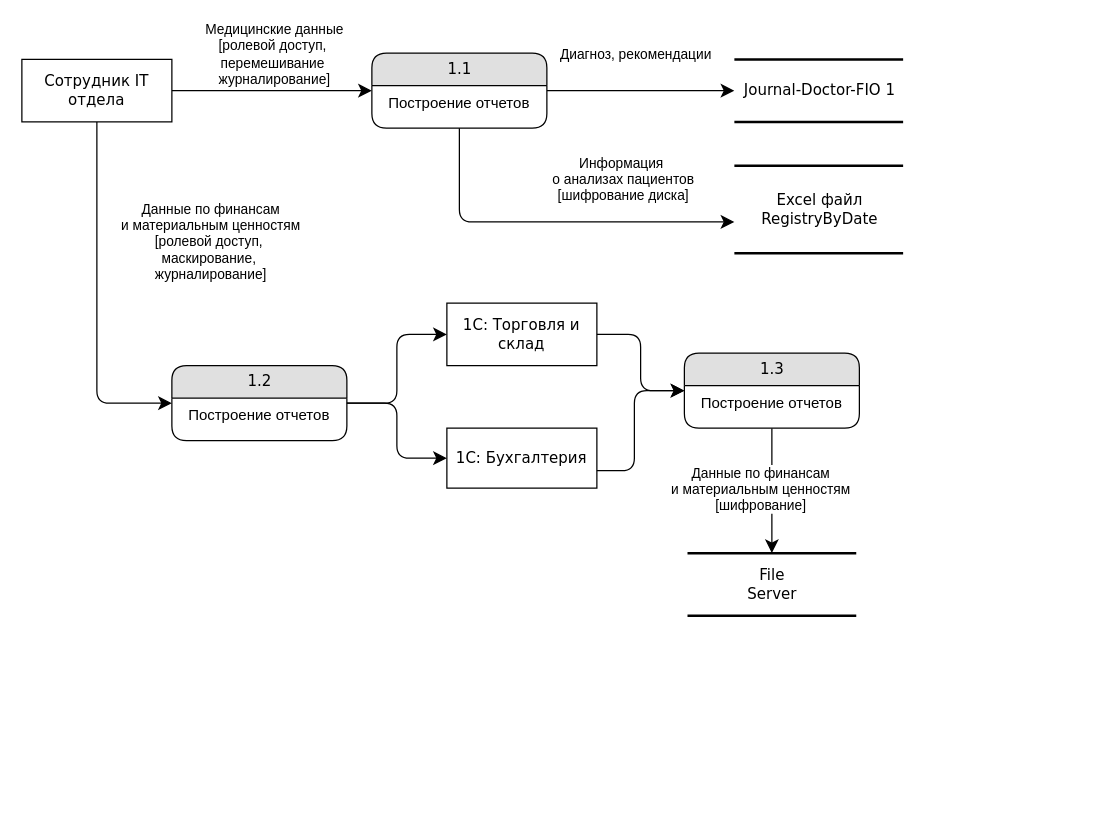
This is Task1/Diagrams/Разработка и аналитика.drawio from FazliakhmetovTimur/architecture-medikamente, a draw.io file, before an edit. Source tidied: cells renumbered, new cells numbered last; positions are measured from the earlier drawing's top-left corner, leaving out a move shared by most shapes. Both pictures are drawn from the tidied source at 125%, with x=0, y=0 at pixel (21, 52).
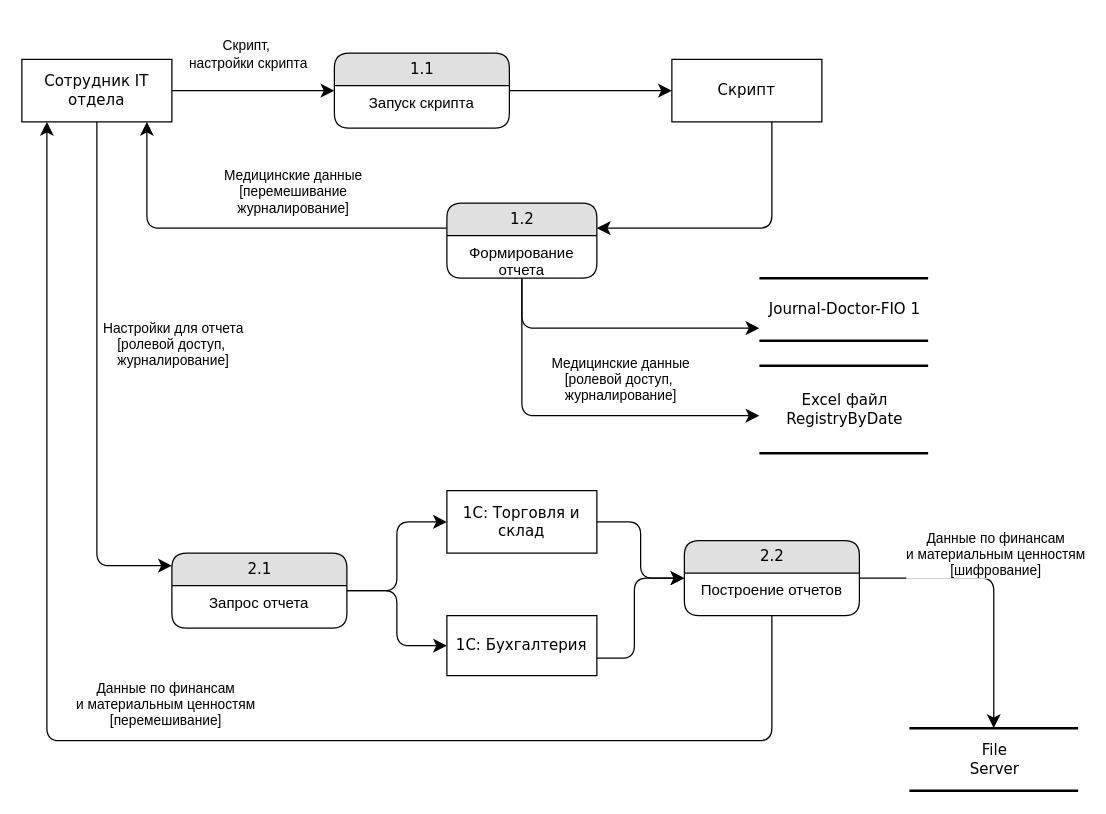
After the change.

The change refers to these unchanged cells:
```xml
<mxCell id="2" style="edgeStyle=none;html=1;labelBackgroundColor=none;startFill=0;startSize=8;endFill=1;endSize=8;fontFamily=Verdana;fontSize=12;" parent="1" edge="1" source="4" target="8">
  <mxGeometry relative="1" as="geometry" />
</mxCell>
<mxCell id="4" value="Сотрудник IT отдела" style="whiteSpace=wrap;html=1;rounded=0;shadow=0;comic=0;labelBackgroundColor=none;strokeWidth=1;fontFamily=Verdana;fontSize=12;align=center;" parent="1" vertex="1">
  <mxGeometry y="5" width="120" height="50" as="geometry" />
</mxCell>
<mxCell id="11" style="edgeStyle=orthogonalEdgeStyle;html=1;labelBackgroundColor=none;startFill=0;startSize=8;endFill=1;endSize=8;fontFamily=Verdana;fontSize=12;" parent="1" edge="1" source="21" target="10">
  <mxGeometry relative="1" as="geometry" />
</mxCell>
```

Diff of the diagram source:
```diff
@@
-    <mxCell id="3" value="Медицинские данные&lt;br&gt;&lt;div&gt;[ролевой доступ,&amp;nbsp;&lt;/div&gt;&lt;div&gt;перемешивание&amp;nbsp;&lt;/div&gt;&lt;div&gt;журналирование]&lt;/div&gt;" style="edgeLabel;html=1;align=center;verticalAlign=middle;" parent="2" vertex="1">
+    <mxCell id="3" value="Скрипт,&amp;nbsp;&lt;div&gt;настройки скрипта&lt;/div&gt;" style="edgeLabel;html=1;align=center;verticalAlign=middle;" parent="2" vertex="1">
       <mxGeometry x="0.36" y="2" relative="1" as="geometry">
         <mxPoint x="-28" y="-28" as="offset" />
       </mxGeometry>
     </mxCell>
@@
-    <mxCell id="5" style="edgeStyle=none;html=1;labelBackgroundColor=none;startFill=0;startSize=8;endFill=1;endSize=8;fontFamily=Verdana;fontSize=12;" parent="1" edge="1" source="8" target="13">
-      <mxGeometry relative="1" as="geometry" />
-    </mxCell>
-    <mxCell id="6" style="edgeLabel;html=1;align=center;verticalAlign=middle;" parent="5" vertex="1">
-      <mxGeometry x="-0.07" y="-3" relative="1" as="geometry">
-        <mxPoint y="-23" as="offset" />
-      </mxGeometry>
-    </mxCell>
-    <mxCell id="7" value="Диагноз, рекомендации" style="edgeLabel;html=1;align=center;verticalAlign=middle;" parent="5" vertex="1">
-      <mxGeometry x="-0.64" relative="1" as="geometry">
-        <mxPoint x="43" y="-30" as="offset" />
-      </mxGeometry>
-    </mxCell>
     <mxCell id="8" value="1.1" style="swimlane;html=1;fontStyle=0;horizontal=1;startSize=26;fillColor=#e0e0e0;swimlaneFillColor=#ffffff;align=center;rounded=1;shadow=0;comic=0;labelBackgroundColor=none;strokeWidth=1;fontFamily=Verdana;fontSize=12;" parent="1" vertex="1">
-      <mxGeometry x="280" width="140" height="60" as="geometry" />
+      <mxGeometry x="250" width="140" height="60" as="geometry" />
     </mxCell>
-    <mxCell id="9" value="Построение отчетов" style="text;html=1;strokeColor=none;fillColor=none;spacingLeft=4;spacingRight=4;whiteSpace=wrap;overflow=hidden;points=[[0,0.5],[1,0.5]];portConstraint=eastwest;align=center;" parent="8" vertex="1">
+    <mxCell id="9" value="Запуск скрипта" style="text;html=1;strokeColor=none;fillColor=none;spacingLeft=4;spacingRight=4;whiteSpace=wrap;overflow=hidden;points=[[0,0.5],[1,0.5]];portConstraint=eastwest;align=center;" parent="8" vertex="1">
       <mxGeometry y="26" width="140" height="34" as="geometry" />
     </mxCell>
     <mxCell id="10" value="&lt;span style=&quot;text-wrap-mode: wrap;&quot;&gt;File Server&lt;/span&gt;" style="html=1;rounded=0;shadow=0;comic=0;labelBackgroundColor=none;strokeWidth=2;fontFamily=Verdana;fontSize=12;align=center;shape=mxgraph.ios7ui.horLines;" parent="1" vertex="1">
-      <mxGeometry x="532.5" y="400" width="135" height="50" as="geometry" />
+      <mxGeometry x="710" y="540" width="135" height="50" as="geometry" />
     </mxCell>
@@
     <mxCell id="12" value="Данные по финансам&lt;div&gt;и материальным ценностям&lt;div&gt;[шифрование&lt;span style=&quot;background-color: light-dark(#ffffff, var(--ge-dark-color, #121212)); color: light-dark(rgb(0, 0, 0), rgb(255, 255, 255));&quot;&gt;]&lt;/span&gt;&lt;/div&gt;&lt;/div&gt;" style="edgeLabel;html=1;align=center;verticalAlign=middle;" parent="11" vertex="1">
       <mxGeometry x="-0.2" relative="1" as="geometry">
-        <mxPoint x="-10" y="8" as="offset" />
+        <mxPoint x="17" y="-20" as="offset" />
       </mxGeometry>
     </mxCell>
     <mxCell id="13" value="Journal-Doctor-FIO 1" style="html=1;rounded=0;shadow=0;comic=0;labelBackgroundColor=none;strokeWidth=2;fontFamily=Verdana;fontSize=12;align=center;shape=mxgraph.ios7ui.horLines;" parent="1" vertex="1">
-      <mxGeometry x="570" y="5" width="135" height="50" as="geometry" />
+      <mxGeometry x="590" y="180" width="135" height="50" as="geometry" />
     </mxCell>
     <mxCell id="14" value="Excel файл&lt;div&gt;RegistryByDate&lt;/div&gt;" style="html=1;rounded=0;shadow=0;comic=0;labelBackgroundColor=none;strokeWidth=2;fontFamily=Verdana;fontSize=12;align=center;shape=mxgraph.ios7ui.horLines;" parent="1" vertex="1">
-      <mxGeometry x="570" y="90" width="135" height="70" as="geometry" />
+      <mxGeometry x="590" y="250" width="135" height="70" as="geometry" />
     </mxCell>
-    <mxCell id="15" style="edgeStyle=orthogonalEdgeStyle;html=1;labelBackgroundColor=none;startFill=0;startSize=8;endFill=1;endSize=8;fontFamily=Verdana;fontSize=12;" parent="1" edge="1" source="9" target="14">
+    <mxCell id="15" style="edgeStyle=orthogonalEdgeStyle;html=1;labelBackgroundColor=none;startFill=0;startSize=8;endFill=1;endSize=8;fontFamily=Verdana;fontSize=12;" parent="1" edge="1" source="31" target="4">
       <mxGeometry relative="1" as="geometry">
         <Array as="points">
-          <mxPoint x="350" y="135" />
+          <mxPoint x="100" y="140" />
         </Array>
       </mxGeometry>
     </mxCell>
-    <mxCell id="16" value="Информация&amp;nbsp;&lt;div&gt;о анализах пациентов&lt;/div&gt;&lt;div&gt;[&lt;span style=&quot;color: light-dark(rgb(0, 0, 0), rgb(255, 255, 255));&quot;&gt;шифрование диска&lt;/span&gt;&lt;span style=&quot;color: light-dark(rgb(0, 0, 0), rgb(255, 255, 255));&quot;&gt;]&lt;/span&gt;&lt;/div&gt;" style="edgeLabel;html=1;align=center;verticalAlign=middle;" parent="15" vertex="1">
+    <mxCell id="16" value="Медицинские данные&lt;br&gt;&lt;div&gt;[перемешивание&lt;/div&gt;&lt;div&gt;журналирование]&lt;/div&gt;" style="edgeLabel;html=1;align=center;verticalAlign=middle;" parent="15" vertex="1">
       <mxGeometry x="-0.2" relative="1" as="geometry">
-        <mxPoint x="87" y="-35" as="offset" />
+        <mxPoint x="6" y="-30" as="offset" />
       </mxGeometry>
     </mxCell>
     <mxCell id="17" value="1С: Торговля и склад" style="whiteSpace=wrap;html=1;rounded=0;shadow=0;comic=0;labelBackgroundColor=none;strokeWidth=1;fontFamily=Verdana;fontSize=12;align=center;" parent="1" vertex="1">
-      <mxGeometry x="340" y="200" width="120" height="50" as="geometry" />
+      <mxGeometry x="340" y="350" width="120" height="50" as="geometry" />
     </mxCell>
     <mxCell id="18" value="1С: Бухгалтерия" style="whiteSpace=wrap;html=1;rounded=0;shadow=0;comic=0;labelBackgroundColor=none;strokeWidth=1;fontFamily=Verdana;fontSize=12;align=center;" parent="1" vertex="1">
-      <mxGeometry x="340" y="300" width="120" height="48" as="geometry" />
+      <mxGeometry x="340" y="450" width="120" height="48" as="geometry" />
     </mxCell>
-    <mxCell id="19" value="1.2" style="swimlane;html=1;fontStyle=0;horizontal=1;startSize=26;fillColor=#e0e0e0;swimlaneFillColor=#ffffff;align=center;rounded=1;shadow=0;comic=0;labelBackgroundColor=none;strokeWidth=1;fontFamily=Verdana;fontSize=12;" parent="1" vertex="1">
-      <mxGeometry x="120" y="250" width="140" height="60" as="geometry" />
+    <mxCell id="19" value="2.1" style="swimlane;html=1;fontStyle=0;horizontal=1;startSize=26;fillColor=#e0e0e0;swimlaneFillColor=#ffffff;align=center;rounded=1;shadow=0;comic=0;labelBackgroundColor=none;strokeWidth=1;fontFamily=Verdana;fontSize=12;" parent="1" vertex="1">
+      <mxGeometry x="120" y="400" width="140" height="60" as="geometry" />
     </mxCell>
-    <mxCell id="20" value="Построение отчетов" style="text;html=1;strokeColor=none;fillColor=none;spacingLeft=4;spacingRight=4;whiteSpace=wrap;overflow=hidden;align=center;" parent="19" vertex="1">
+    <mxCell id="20" value="Запрос отчета" style="text;html=1;strokeColor=none;fillColor=none;spacingLeft=4;spacingRight=4;whiteSpace=wrap;overflow=hidden;align=center;" parent="19" vertex="1">
       <mxGeometry y="26" width="140" height="34" as="geometry" />
     </mxCell>
-    <mxCell id="21" value="1.3" style="swimlane;html=1;fontStyle=0;horizontal=1;startSize=26;fillColor=#e0e0e0;swimlaneFillColor=#ffffff;align=center;rounded=1;shadow=0;comic=0;labelBackgroundColor=none;strokeWidth=1;fontFamily=Verdana;fontSize=12;" parent="1" vertex="1">
-      <mxGeometry x="530" y="240" width="140" height="60" as="geometry" />
+    <mxCell id="21" value="2.2" style="swimlane;html=1;fontStyle=0;horizontal=1;startSize=26;fillColor=#e0e0e0;swimlaneFillColor=#ffffff;align=center;rounded=1;shadow=0;comic=0;labelBackgroundColor=none;strokeWidth=1;fontFamily=Verdana;fontSize=12;" parent="1" vertex="1">
+      <mxGeometry x="530" y="390" width="140" height="60" as="geometry" />
     </mxCell>
@@
     <mxCell id="23" style="edgeStyle=orthogonalEdgeStyle;html=1;labelBackgroundColor=none;startFill=0;startSize=8;endFill=1;endSize=8;fontFamily=Verdana;fontSize=12;" parent="1" edge="1" source="4" target="19">
       <mxGeometry relative="1" as="geometry">
         <Array as="points">
-          <mxPoint x="60" y="280" />
+          <mxPoint x="60" y="410" />
         </Array>
       </mxGeometry>
     </mxCell>
-    <mxCell id="24" value="Данные по финансам&lt;div&gt;и материальным ценностям&lt;div&gt;[ролевой доступ,&amp;nbsp;&lt;/div&gt;&lt;div&gt;маскирование,&amp;nbsp;&lt;/div&gt;&lt;div&gt;журналирование&lt;span style=&quot;color: light-dark(rgb(0, 0, 0), rgb(255, 255, 255));&quot;&gt;]&lt;/span&gt;&lt;/div&gt;&lt;/div&gt;" style="edgeLabel;html=1;align=center;verticalAlign=middle;" parent="23" vertex="1">
+    <mxCell id="24" value="Настройки для отчета&lt;br&gt;&lt;div&gt;&lt;div&gt;[ролевой доступ&lt;span style=&quot;background-color: light-dark(#ffffff, var(--ge-dark-color, #121212)); color: light-dark(rgb(0, 0, 0), rgb(255, 255, 255));&quot;&gt;,&amp;nbsp;&lt;/span&gt;&lt;/div&gt;&lt;div&gt;журналирование&lt;span style=&quot;color: light-dark(rgb(0, 0, 0), rgb(255, 255, 255));&quot;&gt;]&lt;/span&gt;&lt;/div&gt;&lt;/div&gt;" style="edgeLabel;html=1;align=center;verticalAlign=middle;" parent="23" vertex="1">
       <mxGeometry x="-0.2" relative="1" as="geometry">
-        <mxPoint x="90" y="-19" as="offset" />
+        <mxPoint x="60" y="11" as="offset" />
       </mxGeometry>
     </mxCell>
@@
     <mxCell id="28" style="edgeStyle=orthogonalEdgeStyle;html=1;labelBackgroundColor=none;startFill=0;startSize=8;endFill=1;endSize=8;fontFamily=Verdana;fontSize=12;" parent="1" edge="1" source="18" target="21">
       <mxGeometry relative="1" as="geometry">
         <Array as="points">
-          <mxPoint x="490" y="334" />
-          <mxPoint x="490" y="270" />
+          <mxPoint x="490" y="484" />
+          <mxPoint x="490" y="420" />
         </Array>
       </mxGeometry>
     </mxCell>
+    <mxCell id="29" value="Скрипт" style="whiteSpace=wrap;html=1;rounded=0;shadow=0;comic=0;labelBackgroundColor=none;strokeWidth=1;fontFamily=Verdana;fontSize=12;align=center;" parent="1" vertex="1">
+      <mxGeometry x="520" y="5" width="120" height="50" as="geometry" />
+    </mxCell>
+    <mxCell id="30" style="edgeStyle=none;html=1;labelBackgroundColor=none;startFill=0;startSize=8;endFill=1;endSize=8;fontFamily=Verdana;fontSize=12;" parent="1" edge="1" source="8" target="29">
+      <mxGeometry relative="1" as="geometry" />
+    </mxCell>
+    <mxCell id="31" value="1.2" style="swimlane;html=1;fontStyle=0;horizontal=1;startSize=26;fillColor=#e0e0e0;swimlaneFillColor=#ffffff;align=center;rounded=1;shadow=0;comic=0;labelBackgroundColor=none;strokeWidth=1;fontFamily=Verdana;fontSize=12;" parent="1" vertex="1">
+      <mxGeometry x="340" y="120" width="120" height="60" as="geometry" />
+    </mxCell>
+    <mxCell id="32" value="Формирование отчета" style="text;html=1;strokeColor=none;fillColor=none;spacingLeft=4;spacingRight=4;whiteSpace=wrap;overflow=hidden;align=center;" parent="31" vertex="1">
+      <mxGeometry y="26" width="120" height="34" as="geometry" />
+    </mxCell>
+    <mxCell id="33" style="edgeStyle=orthogonalEdgeStyle;html=1;labelBackgroundColor=none;startFill=0;startSize=8;endFill=1;endSize=8;fontFamily=Verdana;fontSize=12;" parent="1" edge="1" source="21" target="4">
+      <mxGeometry relative="1" as="geometry">
+        <Array as="points">
+          <mxPoint x="600" y="550" />
+          <mxPoint x="20" y="550" />
+        </Array>
+      </mxGeometry>
+    </mxCell>
+    <mxCell id="34" value="Данные по финансам&lt;div&gt;и материальным ценностям&lt;div&gt;&lt;span style=&quot;background-color: light-dark(#ffffff, var(--ge-dark-color, #121212)); color: light-dark(rgb(0, 0, 0), rgb(255, 255, 255));&quot;&gt;[перемешивание&lt;/span&gt;&lt;span style=&quot;color: light-dark(rgb(0, 0, 0), rgb(255, 255, 255)); background-color: light-dark(#ffffff, var(--ge-dark-color, #121212));&quot;&gt;]&lt;/span&gt;&lt;/div&gt;&lt;/div&gt;" style="edgeLabel;html=1;align=center;verticalAlign=middle;" parent="33" vertex="1">
+      <mxGeometry x="-0.2" relative="1" as="geometry">
+        <mxPoint x="-115" y="-30" as="offset" />
+      </mxGeometry>
+    </mxCell>
+    <mxCell id="35" style="edgeStyle=orthogonalEdgeStyle;html=1;labelBackgroundColor=none;startFill=0;startSize=8;endFill=1;endSize=8;fontFamily=Verdana;fontSize=12;" parent="1" edge="1" source="29" target="31">
+      <mxGeometry relative="1" as="geometry">
+        <Array as="points">
+          <mxPoint x="600" y="140" />
+        </Array>
+      </mxGeometry>
+    </mxCell>
+    <mxCell id="36" style="edgeStyle=orthogonalEdgeStyle;html=1;labelBackgroundColor=none;startFill=0;startSize=8;endFill=1;endSize=8;fontFamily=Verdana;fontSize=12;" parent="1" edge="1" source="31" target="13">
+      <mxGeometry relative="1" as="geometry">
+        <Array as="points">
+          <mxPoint x="400" y="220" />
+        </Array>
+      </mxGeometry>
+    </mxCell>
+    <mxCell id="37" value="Медицинские данные&lt;br&gt;&lt;div&gt;[ролевой доступ,&amp;nbsp;&lt;/div&gt;&lt;div&gt;журналирование]&lt;/div&gt;" style="edgeLabel;html=1;align=center;verticalAlign=middle;" parent="36" vertex="1">
+      <mxGeometry x="-0.2" relative="1" as="geometry">
+        <mxPoint x="26" y="40" as="offset" />
+      </mxGeometry>
+    </mxCell>
+    <mxCell id="38" style="edgeStyle=orthogonalEdgeStyle;html=1;labelBackgroundColor=none;startFill=0;startSize=8;endFill=1;endSize=8;fontFamily=Verdana;fontSize=12;" parent="1" edge="1" source="31" target="14">
+      <mxGeometry relative="1" as="geometry">
+        <Array as="points">
+          <mxPoint x="400" y="290" />
+        </Array>
+      </mxGeometry>
+    </mxCell>
```
